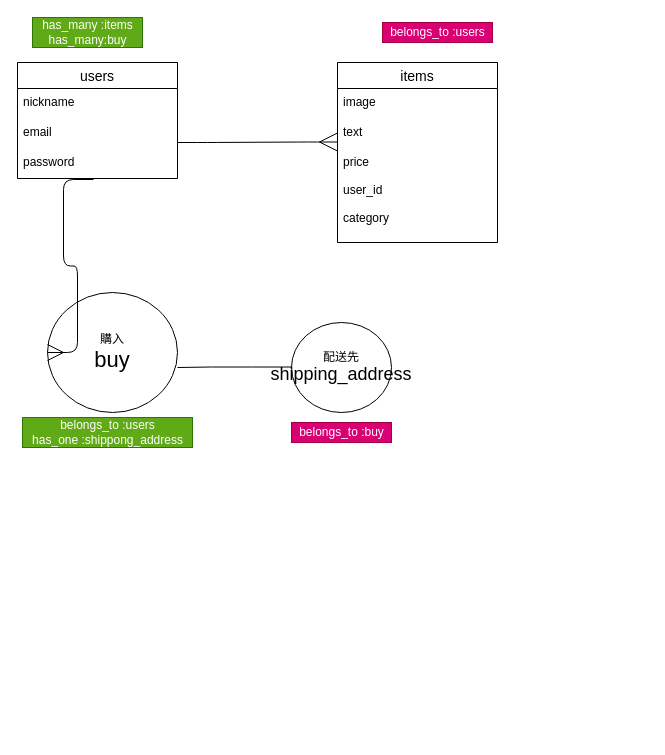
satoshi-sk/furima-28619 keeps this draw.io diagram as page "ページ1" (1 of 2) of ER.dio. Above is the earlier version. Source tidied: cells renumbered, new cells numbered last; positions are measured from the earlier drawing's top-left corner, leaving out a move shared by most shapes. Both pictures are drawn from the tidied source at 100%, with x=0, y=0 at pixel (17, 17).
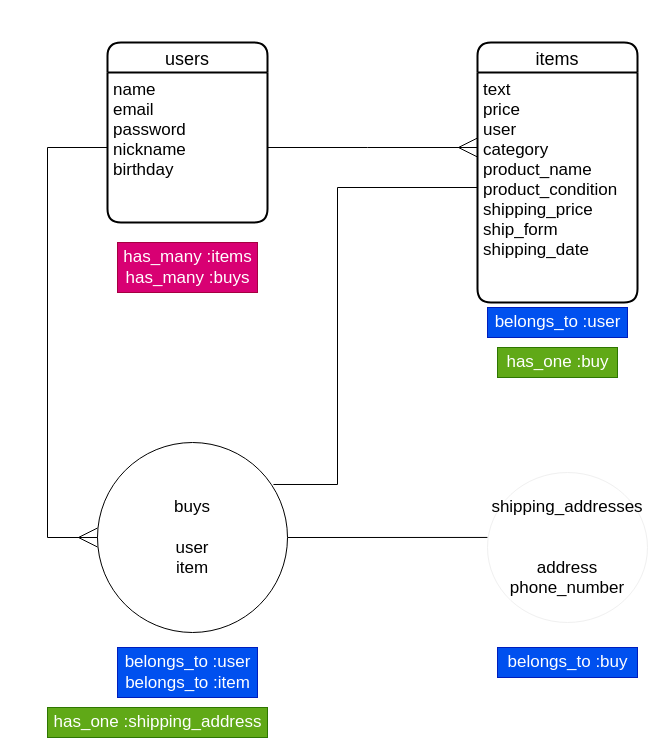
The same page after the edit.

Diff of the diagram source:
```diff
@@
-    <mxCell id="2" value="users" style="swimlane;fontStyle=0;horizontal=1;startSize=26;align=center;fontSize=14;" parent="1" vertex="1">
-      <mxGeometry y="45" width="160" height="116" as="geometry" />
+    <mxCell id="2" value="users" style="swimlane;horizontal=1;startSize=30;rounded=1;fontSize=18;fontStyle=0;strokeWidth=2;shadow=0;dashed=0;align=center;" parent="1" vertex="1">
+      <mxGeometry x="90" y="25" width="160" height="180" as="geometry" />
     </mxCell>
-    <mxCell id="3" value="nickname" style="text;strokeColor=none;fillColor=none;spacingLeft=4;spacingRight=4;overflow=hidden;fontSize=12;" parent="2" vertex="1">
-      <mxGeometry y="26" width="160" height="30" as="geometry" />
-    </mxCell>
-    <mxCell id="4" value="email" style="text;strokeColor=none;fillColor=none;spacingLeft=4;spacingRight=4;overflow=hidden;fontSize=12;" parent="2" vertex="1">
-      <mxGeometry y="56" width="160" height="30" as="geometry" />
-    </mxCell>
-    <mxCell id="5" value="password" style="text;strokeColor=none;fillColor=none;spacingLeft=4;spacingRight=4;overflow=hidden;points=[[0,0.5],[1,0.5]];portConstraint=eastwest;fontSize=12;" parent="2" vertex="1">
-      <mxGeometry y="86" width="160" height="30" as="geometry" />
-    </mxCell>
+    <mxCell id="19" value="name&#10;email&#10;password&#10;nickname&#10;birthday" style="align=left;strokeColor=none;fillColor=none;spacingLeft=4;fontSize=17;verticalAlign=top;" parent="2" vertex="1">
+      <mxGeometry y="30" width="160" height="150" as="geometry" />
+    </mxCell>
-    <mxCell id="6" value="items" style="swimlane;fontStyle=0;horizontal=1;startSize=26;align=center;fontSize=14;" parent="1" vertex="1">
-      <mxGeometry x="320" y="45" width="160" height="180" as="geometry" />
+    <mxCell id="6" value="items" style="swimlane;horizontal=1;startSize=30;rounded=1;fontSize=18;fontStyle=0;strokeWidth=2;shadow=0;dashed=0;align=center;" parent="1" vertex="1">
+      <mxGeometry x="460" y="25" width="160" height="260" as="geometry" />
     </mxCell>
-    <mxCell id="7" value="image" style="text;strokeColor=none;fillColor=none;spacingLeft=4;spacingRight=4;overflow=hidden;fontSize=12;" parent="6" vertex="1">
-      <mxGeometry y="26" width="160" height="30" as="geometry" />
-    </mxCell>
-    <mxCell id="8" value="text" style="text;strokeColor=none;fillColor=none;spacingLeft=4;spacingRight=4;overflow=hidden;fontSize=12;" parent="6" vertex="1">
-      <mxGeometry y="56" width="160" height="30" as="geometry" />
-    </mxCell>
-    <mxCell id="9" value="price&#10;&#10;user_id&#10;&#10;category&#10;&#10;" style="text;strokeColor=none;fillColor=none;spacingLeft=4;spacingRight=4;overflow=hidden;fontSize=12;" parent="6" vertex="1">
-      <mxGeometry y="86" width="160" height="94" as="geometry" />
-    </mxCell>
-    <mxCell id="10" style="edgeStyle=entityRelationEdgeStyle;fontSize=12;html=1;endArrow=ERmany;endFill=0;endSize=16;startSize=10;" parent="1" edge="1">
-      <mxGeometry relative="1" as="geometry">
-        <mxPoint x="160" y="125" as="sourcePoint" />
-        <mxPoint x="320" y="124.5" as="targetPoint" />
-      </mxGeometry>
-    </mxCell>
-    <mxCell id="11" value="購入&lt;br&gt;&lt;font style=&quot;font-size: 22px&quot;&gt;buy&lt;/font&gt;" style="ellipse;whiteSpace=wrap;html=1;align=center;" parent="1" vertex="1">
-      <mxGeometry x="30" y="275" width="130" height="120" as="geometry" />
-    </mxCell>
-    <mxCell id="12" value="配送先&lt;br&gt;&lt;font style=&quot;font-size: 18px&quot;&gt;shipping_address&lt;/font&gt;" style="ellipse;whiteSpace=wrap;html=1;align=center;" parent="1" vertex="1">
-      <mxGeometry x="274" y="305" width="100" height="90" as="geometry" />
-    </mxCell>
-    <mxCell id="13" style="endArrow=none;html=1;rounded=0;" parent="1" edge="1">
-      <mxGeometry relative="1" as="geometry">
-        <mxPoint x="160" y="350" as="sourcePoint" />
-        <mxPoint x="274" y="349.5" as="targetPoint" />
-        <Array as="points">
-          <mxPoint x="194" y="349.5" />
-          <mxPoint x="234" y="349.5" />
-        </Array>
-      </mxGeometry>
-    </mxCell>
-    <mxCell id="14" value="belongs_to :users&lt;br&gt;has_one :shippong_address" style="text;html=1;align=center;verticalAlign=middle;fillColor=#60a917;strokeColor=#2D7600;fontColor=#ffffff;" parent="1" vertex="1">
-      <mxGeometry x="5" y="400" width="170" height="30" as="geometry" />
-    </mxCell>
+    <mxCell id="20" value="text&#10;price&#10;user&#10;category&#10;product_name&#10;product_condition&#10;shipping_price&#10;ship_form&#10;shipping_date " style="align=left;strokeColor=none;fillColor=none;spacingLeft=4;fontSize=17;verticalAlign=top;" parent="6" vertex="1">
+      <mxGeometry y="30" width="160" height="230" as="geometry" />
+    </mxCell>
+    <mxCell id="21" style="edgeStyle=orthogonalEdgeStyle;rounded=0;jettySize=auto;html=1;exitX=1;exitY=0.5;exitDx=0;exitDy=0;entryX=0;entryY=0.433;entryDx=0;entryDy=0;entryPerimeter=0;startSize=6;endArrow=none;endFill=0;endSize=17;fontSize=17;" parent="1" edge="1" source="22" target="23">
+      <mxGeometry relative="1" as="geometry" />
+    </mxCell>
+    <mxCell id="22" value="buys&lt;br&gt;&lt;br&gt;user&lt;br&gt;item" style="ellipse;whiteSpace=wrap;html=1;align=center;fontSize=17;" parent="1" vertex="1">
+      <mxGeometry x="80" y="425" width="190" height="190" as="geometry" />
+    </mxCell>
+    <mxCell id="23" value="shipping_addresses&lt;br&gt;&lt;br&gt;&lt;br&gt;address&lt;br&gt;phone_number" style="ellipse;whiteSpace=wrap;html=1;align=center;fontSize=17;strokeColor=#F0F0F0;" parent="1" vertex="1">
+      <mxGeometry x="470" y="455" width="160" height="150" as="geometry" />
+    </mxCell>
-    <mxCell id="15" value="belongs_to :buy" style="text;html=1;align=center;verticalAlign=middle;fillColor=#d80073;strokeColor=#A50040;fontColor=#ffffff;" parent="1" vertex="1">
-      <mxGeometry x="274" y="405" width="100" height="20" as="geometry" />
+    <mxCell id="15" value="belongs_to :buy" style="text;html=1;align=center;verticalAlign=middle;fontSize=17;fillColor=#0050ef;strokeColor=#001DBC;fontColor=#ffffff;" parent="1" vertex="1">
+      <mxGeometry x="480" y="630" width="140" height="30" as="geometry" />
     </mxCell>
-    <mxCell id="16" value="has_many :items&lt;br&gt;has_many:buy" style="text;html=1;align=center;verticalAlign=middle;fillColor=#60a917;strokeColor=#2D7600;fontColor=#ffffff;" parent="1" vertex="1">
-      <mxGeometry x="15" width="110" height="30" as="geometry" />
-    </mxCell>
-    <mxCell id="17" value="belongs_to :users" style="text;html=1;align=center;verticalAlign=middle;fillColor=#d80073;strokeColor=#A50040;fontColor=#ffffff;" parent="1" vertex="1">
-      <mxGeometry x="365" y="5" width="110" height="20" as="geometry" />
-    </mxCell>
-    <mxCell id="18" style="edgeStyle=entityRelationEdgeStyle;fontSize=12;html=1;endArrow=ERmany;endFill=0;exitX=0.475;exitY=1.033;exitDx=0;exitDy=0;exitPerimeter=0;entryX=0;entryY=0.5;entryDx=0;entryDy=0;strokeWidth=1;endSize=14;" parent="1" edge="1" source="5" target="11">
-      <mxGeometry relative="1" as="geometry" />
-    </mxCell>
+    <mxCell id="24" value="belongs_to :user&lt;br&gt;belongs_to :item&lt;br&gt;" style="text;html=1;align=center;verticalAlign=middle;fontSize=17;fillColor=#0050ef;strokeColor=#001DBC;fontColor=#ffffff;" parent="1" vertex="1">
+      <mxGeometry x="100" y="630" width="140" height="50" as="geometry" />
+    </mxCell>
+    <mxCell id="25" value="has_one :shipping_address" style="text;html=1;align=center;verticalAlign=middle;fontSize=17;fillColor=#60a917;strokeColor=#2D7600;fontColor=#ffffff;" parent="1" vertex="1">
+      <mxGeometry x="30" y="690" width="220" height="30" as="geometry" />
+    </mxCell>
+    <mxCell id="26" value="has_many :items&lt;br&gt;has_many :buys" style="text;html=1;align=center;verticalAlign=middle;fontSize=17;fillColor=#d80073;strokeColor=#A50040;fontColor=#ffffff;" parent="1" vertex="1">
+      <mxGeometry x="100" y="225" width="140" height="50" as="geometry" />
+    </mxCell>
+    <mxCell id="27" value="belongs_to :user" style="text;html=1;align=center;verticalAlign=middle;fontSize=17;fillColor=#0050ef;strokeColor=#001DBC;fontColor=#ffffff;" parent="1" vertex="1">
+      <mxGeometry x="470" y="290" width="140" height="30" as="geometry" />
+    </mxCell>
+    <mxCell id="28" value="has_one :buy" style="text;html=1;align=center;verticalAlign=middle;fontSize=17;fillColor=#60a917;strokeColor=#2D7600;fontColor=#ffffff;" parent="1" vertex="1">
+      <mxGeometry x="480" y="330" width="120" height="30" as="geometry" />
+    </mxCell>
+    <mxCell id="29" style="edgeStyle=orthogonalEdgeStyle;rounded=0;jettySize=auto;html=1;exitX=1;exitY=0.5;exitDx=0;exitDy=0;endArrow=ERmany;endFill=0;fontSize=17;startSize=6;endSize=17;" parent="1" edge="1" source="19">
+      <mxGeometry relative="1" as="geometry">
+        <mxPoint x="460" y="130" as="targetPoint" />
+      </mxGeometry>
+    </mxCell>
+    <mxCell id="30" style="edgeStyle=orthogonalEdgeStyle;rounded=0;jettySize=auto;html=1;exitX=0;exitY=0.5;exitDx=0;exitDy=0;startSize=6;endArrow=ERmany;endFill=0;endSize=17;fontSize=17;entryX=0;entryY=0.5;entryDx=0;entryDy=0;" parent="1" edge="1" source="19" target="22">
+      <mxGeometry relative="1" as="geometry">
+        <Array as="points">
+          <mxPoint x="30" y="130" />
+          <mxPoint x="30" y="520" />
+        </Array>
+      </mxGeometry>
+    </mxCell>
+    <mxCell id="31" style="edgeStyle=orthogonalEdgeStyle;rounded=0;jettySize=auto;html=1;exitX=0;exitY=0.5;exitDx=0;exitDy=0;startSize=6;endArrow=none;endFill=0;endSize=17;fontSize=17;entryX=0.926;entryY=0.221;entryDx=0;entryDy=0;entryPerimeter=0;" parent="1" edge="1" source="20" target="22">
+      <mxGeometry relative="1" as="geometry">
+        <Array as="points">
+          <mxPoint x="320" y="170" />
+          <mxPoint x="320" y="467" />
+        </Array>
+      </mxGeometry>
+    </mxCell>
```
